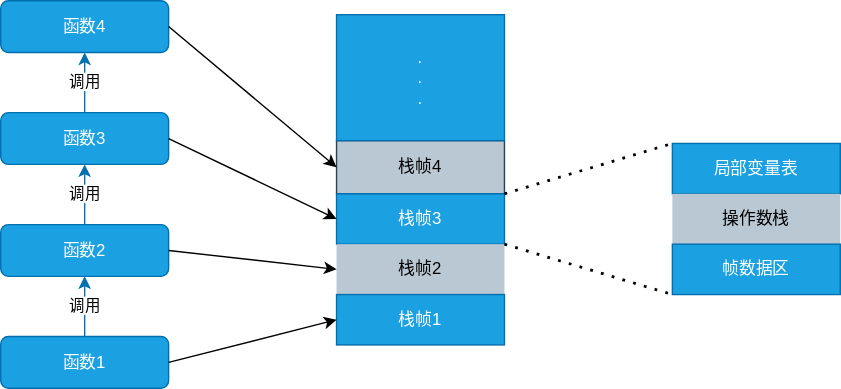
Above: Java/AdvancedLearning/img/002-method-stack.drawio.svg in Kuangcp/Note (draw.io), before the change. Source tidied: cells renumbered, new cells last; positions are measured from the earlier drawing's top-left corner, leaving out a move shared by most shapes. Its diagram source:
```xml
<mxGraphModel>
  <root>
    <mxCell id="0" />
    <mxCell id="1" parent="0" />
    <mxCell id="2" value="栈帧4" style="rounded=0;whiteSpace=wrap;html=1;fillColor=#bac8d3;strokeColor=#23445d;" parent="1" vertex="1">
      <mxGeometry x="240" y="100" width="120" height="38" as="geometry" />
    </mxCell>
    <mxCell id="3" value="&lt;span&gt;栈帧3&lt;/span&gt;" style="rounded=0;whiteSpace=wrap;html=1;fillColor=#1ba1e2;strokeColor=#006EAF;fontColor=#FFFFFF;" parent="1" vertex="1">
      <mxGeometry x="240" y="138" width="120" height="36" as="geometry" />
    </mxCell>
    <mxCell id="4" value="栈帧2" style="rounded=0;whiteSpace=wrap;html=1;fillColor=#bac8d3;strokeColor=none;" parent="1" vertex="1">
      <mxGeometry x="240" y="174" width="120" height="36" as="geometry" />
    </mxCell>
    <mxCell id="5" value="&lt;span&gt;栈帧1&lt;/span&gt;" style="rounded=0;whiteSpace=wrap;html=1;fillColor=#1ba1e2;strokeColor=#006EAF;fontColor=#FFFFFF;" parent="1" vertex="1">
      <mxGeometry x="240" y="210" width="120" height="36" as="geometry" />
    </mxCell>
    <mxCell id="6" value=".&lt;br&gt;.&lt;br&gt;." style="rounded=0;whiteSpace=wrap;html=1;fillColor=#1ba1e2;strokeColor=#006EAF;fontColor=#FFFFFF;" parent="1" vertex="1">
      <mxGeometry x="240" y="10" width="120" height="90" as="geometry" />
    </mxCell>
    <mxCell id="7" value="函数4" style="rounded=1;whiteSpace=wrap;html=1;fillColor=#1ba1e2;strokeColor=#006EAF;fontColor=#ffffff;" parent="1" vertex="1">
      <mxGeometry width="120" height="37" as="geometry" />
    </mxCell>
    <mxCell id="8" value="调用" style="edgeStyle=orthogonalEdgeStyle;rounded=0;jettySize=auto;html=1;fillColor=#1ba1e2;strokeColor=#006EAF;" parent="1" edge="1" source="9" target="7">
      <mxGeometry relative="1" as="geometry" />
    </mxCell>
    <mxCell id="9" value="函数3" style="rounded=1;whiteSpace=wrap;html=1;fillColor=#1ba1e2;strokeColor=#006EAF;fontColor=#ffffff;" parent="1" vertex="1">
      <mxGeometry y="80" width="120" height="37" as="geometry" />
    </mxCell>
    <mxCell id="10" value="调用" style="edgeStyle=orthogonalEdgeStyle;rounded=0;jettySize=auto;html=1;fillColor=#1ba1e2;strokeColor=#006EAF;" parent="1" edge="1" source="11" target="9">
      <mxGeometry relative="1" as="geometry" />
    </mxCell>
    <mxCell id="11" value="函数2" style="rounded=1;whiteSpace=wrap;html=1;fillColor=#1ba1e2;strokeColor=#006EAF;fontColor=#ffffff;" parent="1" vertex="1">
      <mxGeometry y="160" width="120" height="37" as="geometry" />
    </mxCell>
    <mxCell id="12" value="调用" style="edgeStyle=orthogonalEdgeStyle;rounded=0;jettySize=auto;html=1;fillColor=#1ba1e2;strokeColor=#006EAF;" parent="1" edge="1" source="13" target="11">
      <mxGeometry relative="1" as="geometry" />
    </mxCell>
    <mxCell id="13" value="函数1" style="rounded=1;whiteSpace=wrap;html=1;fillColor=#1ba1e2;strokeColor=#006EAF;fontColor=#ffffff;" parent="1" vertex="1">
      <mxGeometry y="240" width="120" height="37" as="geometry" />
    </mxCell>
    <mxCell id="14" style="endArrow=classic;html=1;exitX=1;exitY=0.5;exitDx=0;exitDy=0;entryX=0;entryY=0.5;entryDx=0;entryDy=0;" parent="1" edge="1" source="13" target="5">
      <mxGeometry relative="1" as="geometry" />
    </mxCell>
    <mxCell id="15" style="endArrow=classic;html=1;exitX=1;exitY=0.5;exitDx=0;exitDy=0;entryX=0;entryY=0.5;entryDx=0;entryDy=0;" parent="1" edge="1" source="11" target="4">
      <mxGeometry relative="1" as="geometry" />
    </mxCell>
    <mxCell id="16" style="endArrow=classic;html=1;exitX=1;exitY=0.5;exitDx=0;exitDy=0;entryX=0;entryY=0.5;entryDx=0;entryDy=0;" parent="1" edge="1" source="9" target="3">
      <mxGeometry relative="1" as="geometry" />
    </mxCell>
    <mxCell id="17" style="endArrow=classic;html=1;exitX=1;exitY=0.5;exitDx=0;exitDy=0;entryX=0;entryY=0.5;entryDx=0;entryDy=0;" parent="1" edge="1" source="7" target="2">
      <mxGeometry relative="1" as="geometry" />
    </mxCell>
    <mxCell id="18" value="&lt;span&gt;局部变量表&lt;/span&gt;" style="rounded=0;whiteSpace=wrap;html=1;fillColor=#1ba1e2;strokeColor=#006EAF;fontColor=#FFFFFF;" parent="1" vertex="1">
      <mxGeometry x="480" y="102" width="120" height="36" as="geometry" />
    </mxCell>
    <mxCell id="19" value="操作数栈" style="rounded=0;whiteSpace=wrap;html=1;fillColor=#bac8d3;strokeColor=none;" parent="1" vertex="1">
      <mxGeometry x="480" y="138" width="120" height="36" as="geometry" />
    </mxCell>
    <mxCell id="20" value="&lt;span&gt;帧数据区&lt;/span&gt;" style="rounded=0;whiteSpace=wrap;html=1;fillColor=#1ba1e2;strokeColor=#006EAF;fontColor=#FFFFFF;" parent="1" vertex="1">
      <mxGeometry x="480" y="174" width="120" height="36" as="geometry" />
    </mxCell>
    <mxCell id="21" style="endArrow=none;dashed=1;html=1;dashPattern=1 3;strokeWidth=2;fontColor=#FFFFFF;exitX=1;exitY=0;exitDx=0;exitDy=0;entryX=0;entryY=0;entryDx=0;entryDy=0;" parent="1" edge="1" source="3" target="18">
      <mxGeometry relative="1" as="geometry" />
    </mxCell>
    <mxCell id="22" style="endArrow=none;dashed=1;html=1;dashPattern=1 3;strokeWidth=2;fontColor=#FFFFFF;exitX=1;exitY=0;exitDx=0;exitDy=0;entryX=0;entryY=1;entryDx=0;entryDy=0;" parent="1" edge="1" source="4" target="20">
      <mxGeometry relative="1" as="geometry" />
    </mxCell>
  </root>
</mxGraphModel>
```
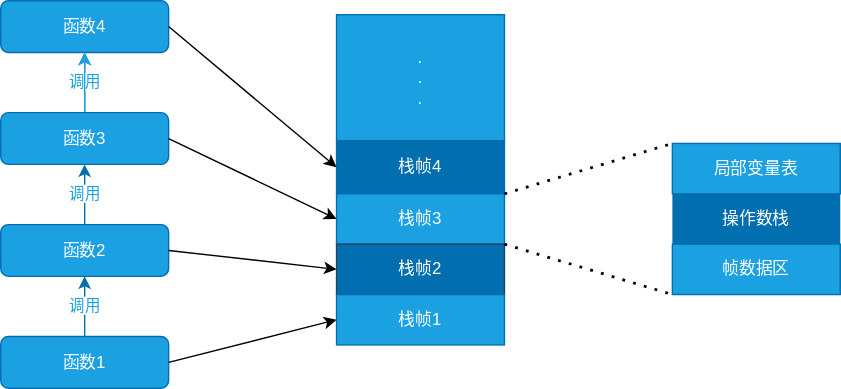
Later version of the same file.

What changed in the source:
```diff
@@ -2,13 +2,13 @@
   <root>
     <mxCell id="0" />
     <mxCell id="1" parent="0" />
-    <mxCell id="2" value="栈帧4" style="rounded=0;whiteSpace=wrap;html=1;fillColor=#bac8d3;strokeColor=#23445d;" parent="1" vertex="1">
+    <mxCell id="2" value="栈帧4" style="rounded=0;whiteSpace=wrap;html=1;strokeColor=#006EAF;fontColor=#ffffff;fillColor=#006EAF;" parent="1" vertex="1">
       <mxGeometry x="240" y="100" width="120" height="38" as="geometry" />
     </mxCell>
     <mxCell id="3" value="&lt;span&gt;栈帧3&lt;/span&gt;" style="rounded=0;whiteSpace=wrap;html=1;fillColor=#1ba1e2;strokeColor=#006EAF;fontColor=#FFFFFF;" parent="1" vertex="1">
       <mxGeometry x="240" y="138" width="120" height="36" as="geometry" />
     </mxCell>
-    <mxCell id="4" value="栈帧2" style="rounded=0;whiteSpace=wrap;html=1;fillColor=#bac8d3;strokeColor=none;" parent="1" vertex="1">
+    <mxCell id="4" value="栈帧2" style="rounded=0;whiteSpace=wrap;html=1;strokeColor=#23445D;fillColor=#006EAF;labelBackgroundColor=none;fontColor=#FFFFFF;" parent="1" vertex="1">
       <mxGeometry x="240" y="174" width="120" height="36" as="geometry" />
     </mxCell>
     <mxCell id="5" value="&lt;span&gt;栈帧1&lt;/span&gt;" style="rounded=0;whiteSpace=wrap;html=1;fillColor=#1ba1e2;strokeColor=#006EAF;fontColor=#FFFFFF;" parent="1" vertex="1">
@@ -20,19 +20,22 @@
     <mxCell id="7" value="函数4" style="rounded=1;whiteSpace=wrap;html=1;fillColor=#1ba1e2;strokeColor=#006EAF;fontColor=#ffffff;" parent="1" vertex="1">
       <mxGeometry width="120" height="37" as="geometry" />
     </mxCell>
-    <mxCell id="8" value="调用" style="edgeStyle=orthogonalEdgeStyle;rounded=0;jettySize=auto;html=1;fillColor=#1ba1e2;strokeColor=#006EAF;" parent="1" edge="1" source="9" target="7">
+    <mxCell id="8" value="调用" style="edgeStyle=orthogonalEdgeStyle;rounded=0;jettySize=auto;html=1;fillColor=#1ba1e2;strokeColor=#006EAF;fontColor=#1BA1E2;" parent="1" edge="1" source="9" target="7">
       <mxGeometry relative="1" as="geometry" />
     </mxCell>
+    <mxCell id="23" style="edgeStyle=orthogonalEdgeStyle;rounded=0;jettySize=auto;html=1;strokeColor=#1BA1E2;fontColor=#1BA1E2;" parent="1" edge="1" source="9" target="7">
+      <mxGeometry relative="1" as="geometry" />
+    </mxCell>
     <mxCell id="9" value="函数3" style="rounded=1;whiteSpace=wrap;html=1;fillColor=#1ba1e2;strokeColor=#006EAF;fontColor=#ffffff;" parent="1" vertex="1">
       <mxGeometry y="80" width="120" height="37" as="geometry" />
     </mxCell>
-    <mxCell id="10" value="调用" style="edgeStyle=orthogonalEdgeStyle;rounded=0;jettySize=auto;html=1;fillColor=#1ba1e2;strokeColor=#006EAF;" parent="1" edge="1" source="11" target="9">
+    <mxCell id="10" value="调用" style="edgeStyle=orthogonalEdgeStyle;rounded=0;jettySize=auto;html=1;fillColor=#1ba1e2;strokeColor=#006EAF;exitX=0.5;exitY=0;exitDx=0;exitDy=0;fontColor=#1BA1E2;" parent="1" edge="1" source="11" target="9">
       <mxGeometry relative="1" as="geometry" />
     </mxCell>
     <mxCell id="11" value="函数2" style="rounded=1;whiteSpace=wrap;html=1;fillColor=#1ba1e2;strokeColor=#006EAF;fontColor=#ffffff;" parent="1" vertex="1">
       <mxGeometry y="160" width="120" height="37" as="geometry" />
     </mxCell>
-    <mxCell id="12" value="调用" style="edgeStyle=orthogonalEdgeStyle;rounded=0;jettySize=auto;html=1;fillColor=#1ba1e2;strokeColor=#006EAF;" parent="1" edge="1" source="13" target="11">
+    <mxCell id="12" value="调用" style="edgeStyle=orthogonalEdgeStyle;rounded=0;jettySize=auto;html=1;fillColor=#1ba1e2;strokeColor=#006EAF;fontColor=#1BA1E2;" parent="1" edge="1" source="13" target="11">
       <mxGeometry relative="1" as="geometry" />
     </mxCell>
     <mxCell id="13" value="函数1" style="rounded=1;whiteSpace=wrap;html=1;fillColor=#1ba1e2;strokeColor=#006EAF;fontColor=#ffffff;" parent="1" vertex="1">
@@ -53,7 +56,7 @@
     <mxCell id="18" value="&lt;span&gt;局部变量表&lt;/span&gt;" style="rounded=0;whiteSpace=wrap;html=1;fillColor=#1ba1e2;strokeColor=#006EAF;fontColor=#FFFFFF;" parent="1" vertex="1">
       <mxGeometry x="480" y="102" width="120" height="36" as="geometry" />
     </mxCell>
-    <mxCell id="19" value="操作数栈" style="rounded=0;whiteSpace=wrap;html=1;fillColor=#bac8d3;strokeColor=none;" parent="1" vertex="1">
+    <mxCell id="19" value="操作数栈" style="rounded=0;whiteSpace=wrap;html=1;strokeColor=none;fillColor=#006EAF;fontColor=#FFFFFF;" parent="1" vertex="1">
       <mxGeometry x="480" y="138" width="120" height="36" as="geometry" />
     </mxCell>
     <mxCell id="20" value="&lt;span&gt;帧数据区&lt;/span&gt;" style="rounded=0;whiteSpace=wrap;html=1;fillColor=#1ba1e2;strokeColor=#006EAF;fontColor=#FFFFFF;" parent="1" vertex="1">
```
